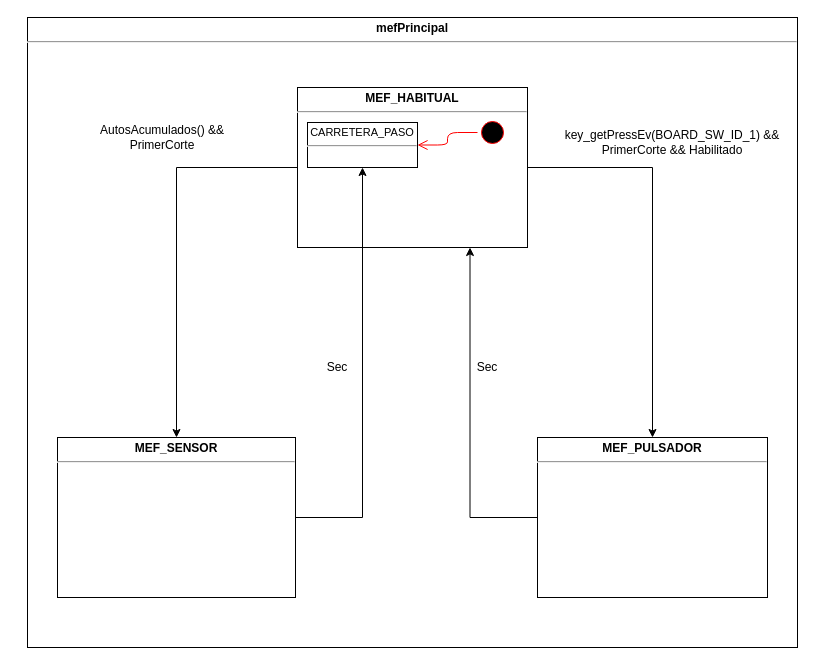
alfredobaetti/alfredobaetti keeps this draw.io diagram as page "mefPrincipal" (1 of 4) of MEF TP1 Digital.drawio. Above is the earlier version. Source tidied: cells renumbered, new cells numbered last; positions are measured from the earlier drawing's top-left corner, leaving out a move shared by most shapes. Both pictures are drawn from the tidied source at 100%, with x=0, y=0 at pixel (27, 17).
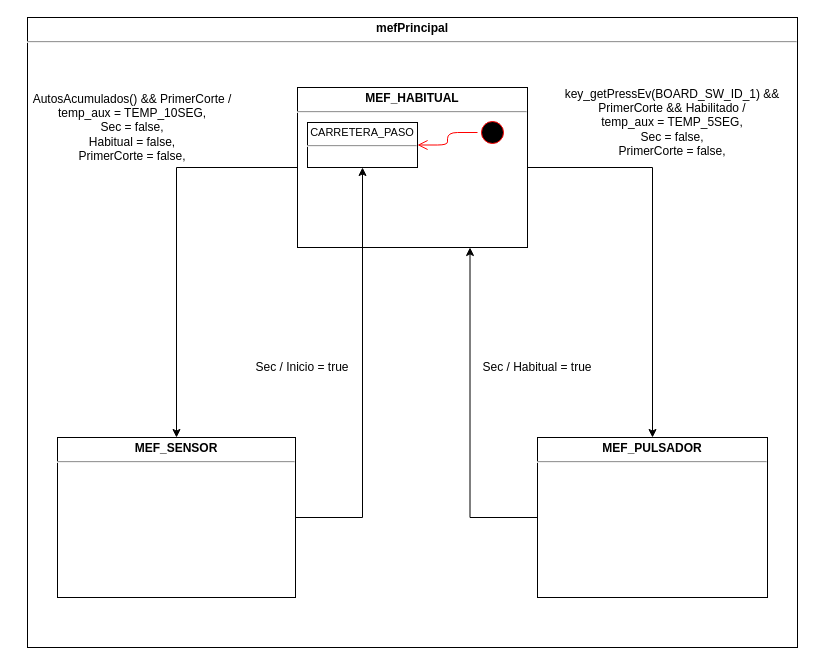
The same diagram, later.

Change to the diagram source:
```diff
@@
 <mxGraphModel>
   <root>
     <mxCell id="0" />
     <mxCell id="1" parent="0" />
     <mxCell id="2" value="&lt;p style=&quot;margin: 4px 0px 0px ; text-align: center&quot;&gt;&lt;b&gt;mefPrincipal&lt;/b&gt;&lt;br&gt;&lt;/p&gt;&lt;hr&gt;&lt;p style=&quot;margin: 0px ; margin-left: 8px&quot;&gt;&lt;br&gt;&lt;/p&gt;" style="verticalAlign=top;align=left;overflow=fill;fontSize=12;fontFamily=Helvetica;html=1;" parent="1" vertex="1">
       <mxGeometry width="770" height="630" as="geometry" />
     </mxCell>
     <mxCell id="3" style="edgeStyle=orthogonalEdgeStyle;rounded=0;jettySize=auto;html=1;entryX=0.5;entryY=0;entryDx=0;entryDy=0;" parent="1" edge="1" source="4" target="8">
       <mxGeometry relative="1" as="geometry" />
     </mxCell>
     <mxCell id="4" value="&lt;p style=&quot;margin: 4px 0px 0px ; text-align: center&quot;&gt;&lt;b&gt;MEF_HABITUAL&lt;/b&gt;&lt;br&gt;&lt;/p&gt;&lt;hr&gt;&lt;p style=&quot;margin: 0px ; margin-left: 8px&quot;&gt;&lt;br&gt;&lt;/p&gt;" style="verticalAlign=top;align=left;overflow=fill;fontSize=12;fontFamily=Helvetica;html=1;" parent="1" vertex="1">
       <mxGeometry x="270" y="70" width="230" height="160" as="geometry" />
     </mxCell>
     <mxCell id="5" style="edgeStyle=orthogonalEdgeStyle;rounded=0;jettySize=auto;html=1;entryX=0.75;entryY=1;entryDx=0;entryDy=0;" parent="1" edge="1" source="6" target="4">
       <mxGeometry relative="1" as="geometry" />
     </mxCell>
     <mxCell id="6" value="&lt;p style=&quot;margin: 4px 0px 0px ; text-align: center&quot;&gt;&lt;b&gt;MEF_PULSADOR&lt;/b&gt;&lt;br&gt;&lt;/p&gt;&lt;hr&gt;&lt;p style=&quot;margin: 0px ; margin-left: 8px&quot;&gt;&lt;br&gt;&lt;/p&gt;" style="verticalAlign=top;align=left;overflow=fill;fontSize=12;fontFamily=Helvetica;html=1;" parent="1" vertex="1">
       <mxGeometry x="510" y="420" width="230" height="160" as="geometry" />
     </mxCell>
     <mxCell id="7" style="edgeStyle=orthogonalEdgeStyle;rounded=0;jettySize=auto;html=1;" parent="1" edge="1" source="8" target="14">
       <mxGeometry relative="1" as="geometry" />
     </mxCell>
     <mxCell id="8" value="&lt;p style=&quot;margin: 4px 0px 0px ; text-align: center&quot;&gt;&lt;b&gt;MEF_SENSOR&lt;/b&gt;&lt;br&gt;&lt;/p&gt;&lt;hr&gt;&lt;p style=&quot;margin: 0px ; margin-left: 8px&quot;&gt;&lt;br&gt;&lt;/p&gt;" style="verticalAlign=top;align=left;overflow=fill;fontSize=12;fontFamily=Helvetica;html=1;" parent="1" vertex="1">
       <mxGeometry x="30" y="420" width="238" height="160" as="geometry" />
     </mxCell>
-    <mxCell id="9" value="key_getPressEv(BOARD_SW_ID_1) &amp;amp;&amp;amp; PrimerCorte &amp;amp;&amp;amp; Habilitado" style="text;html=1;strokeColor=none;fillColor=none;align=center;verticalAlign=middle;whiteSpace=wrap;rounded=0;" parent="1" vertex="1">
-      <mxGeometry x="530" y="100" width="230" height="50" as="geometry" />
+    <mxCell id="9" value="key_getPressEv(BOARD_SW_ID_1) &amp;amp;&amp;amp; PrimerCorte &amp;amp;&amp;amp; Habilitado /&lt;br&gt;temp_aux = TEMP_5SEG,&lt;br&gt;Sec = false,&lt;br&gt;PrimerCorte = false," style="text;html=1;strokeColor=none;fillColor=none;align=center;verticalAlign=middle;whiteSpace=wrap;rounded=0;" parent="1" vertex="1">
+      <mxGeometry x="530" y="80" width="230" height="50" as="geometry" />
     </mxCell>
-    <mxCell id="10" value="AutosAcumulados() &amp;&amp; PrimerCorte" style="text;html=1;strokeColor=none;fillColor=none;align=center;verticalAlign=middle;whiteSpace=wrap;rounded=0;" parent="1" vertex="1">
-      <mxGeometry x="60" y="90" width="150" height="60" as="geometry" />
+    <mxCell id="10" value="AutosAcumulados() &amp;amp;&amp;amp; PrimerCorte /&lt;br&gt;temp_aux = TEMP_10SEG,&lt;br&gt;Sec = false,&lt;br&gt;Habitual = false,&lt;br&gt;PrimerCorte = false,&lt;br&gt;" style="text;html=1;strokeColor=none;fillColor=none;align=center;verticalAlign=middle;whiteSpace=wrap;rounded=0;" parent="1" vertex="1">
+      <mxGeometry x="-10" y="80" width="230" height="60" as="geometry" />
     </mxCell>
     <mxCell id="11" style="edgeStyle=orthogonalEdgeStyle;rounded=0;jettySize=auto;html=1;entryX=0.5;entryY=0;entryDx=0;entryDy=0;" parent="1" edge="1" source="4" target="6">
       <mxGeometry relative="1" as="geometry" />
     </mxCell>
-    <mxCell id="12" value="Sec" style="text;html=1;strokeColor=none;fillColor=none;align=center;verticalAlign=middle;whiteSpace=wrap;rounded=0;" parent="1" vertex="1">
-      <mxGeometry x="290" y="340" width="40" height="20" as="geometry" />
+    <mxCell id="12" value="Sec / Inicio = true" style="text;html=1;strokeColor=none;fillColor=none;align=center;verticalAlign=middle;whiteSpace=wrap;rounded=0;" parent="1" vertex="1">
+      <mxGeometry x="210" y="340" width="130" height="20" as="geometry" />
     </mxCell>
-    <mxCell id="13" value="Sec" style="text;html=1;strokeColor=none;fillColor=none;align=center;verticalAlign=middle;whiteSpace=wrap;rounded=0;" parent="1" vertex="1">
-      <mxGeometry x="440" y="340" width="40" height="20" as="geometry" />
+    <mxCell id="13" value="Sec / Habitual = true&lt;br&gt;" style="text;html=1;strokeColor=none;fillColor=none;align=center;verticalAlign=middle;whiteSpace=wrap;rounded=0;" parent="1" vertex="1">
+      <mxGeometry x="440" y="340" width="140" height="20" as="geometry" />
     </mxCell>
     <mxCell id="14" value="&lt;p style=&quot;margin: 4px 0px 0px ; text-align: center ; font-size: 11px&quot;&gt;&lt;font style=&quot;font-size: 11px&quot;&gt;CARRETERA_PASO&lt;br&gt;&lt;/font&gt;&lt;/p&gt;&lt;hr style=&quot;font-size: 11px&quot;&gt;&lt;p style=&quot;margin: 0px 0px 0px 8px ; font-size: 11px&quot;&gt;&lt;br&gt;&lt;/p&gt;" style="verticalAlign=top;align=left;overflow=fill;fontSize=12;fontFamily=Helvetica;html=1;" parent="1" vertex="1">
       <mxGeometry x="280" y="105" width="110" height="45" as="geometry" />
     </mxCell>
     <mxCell id="15" style="ellipse;html=1;shape=startState;fillColor=#000000;strokeColor=#ff0000;" parent="1" vertex="1">
       <mxGeometry x="450" y="100" width="30" height="30" as="geometry" />
     </mxCell>
     <mxCell id="16" style="edgeStyle=orthogonalEdgeStyle;html=1;verticalAlign=bottom;endArrow=open;endSize=8;strokeColor=#ff0000;entryX=1;entryY=0.5;entryDx=0;entryDy=0;" parent="1" edge="1" source="15" target="14">
       <mxGeometry relative="1" as="geometry" />
     </mxCell>
   </root>
 </mxGraphModel>
```
